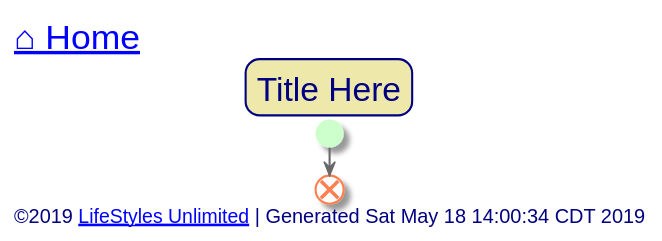
This is out/src/common/name-here.svg from toddmo/lifestylesunlimited, a PlantUML export, as it was before one commit.
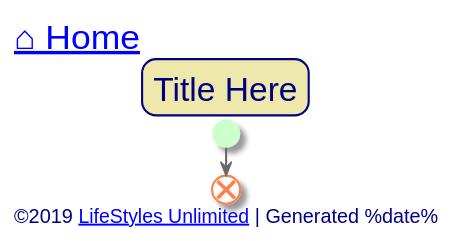
After the commit.

Diff of the diagram source:
```diff
@@ -87,7 +87,7 @@
 
 
 left footer
-	<font size=14>©2019 [[http://www.lifestylesunlimited.com LifeStyles Unlimited]] | Generated Sat May 18 14:00:34 CDT 2019</font>
+	<font size=14>©2019 [[http://www.lifestylesunlimited.com LifeStyles Unlimited]] | Generated %date%</font>
 endfooter
 
 
```
